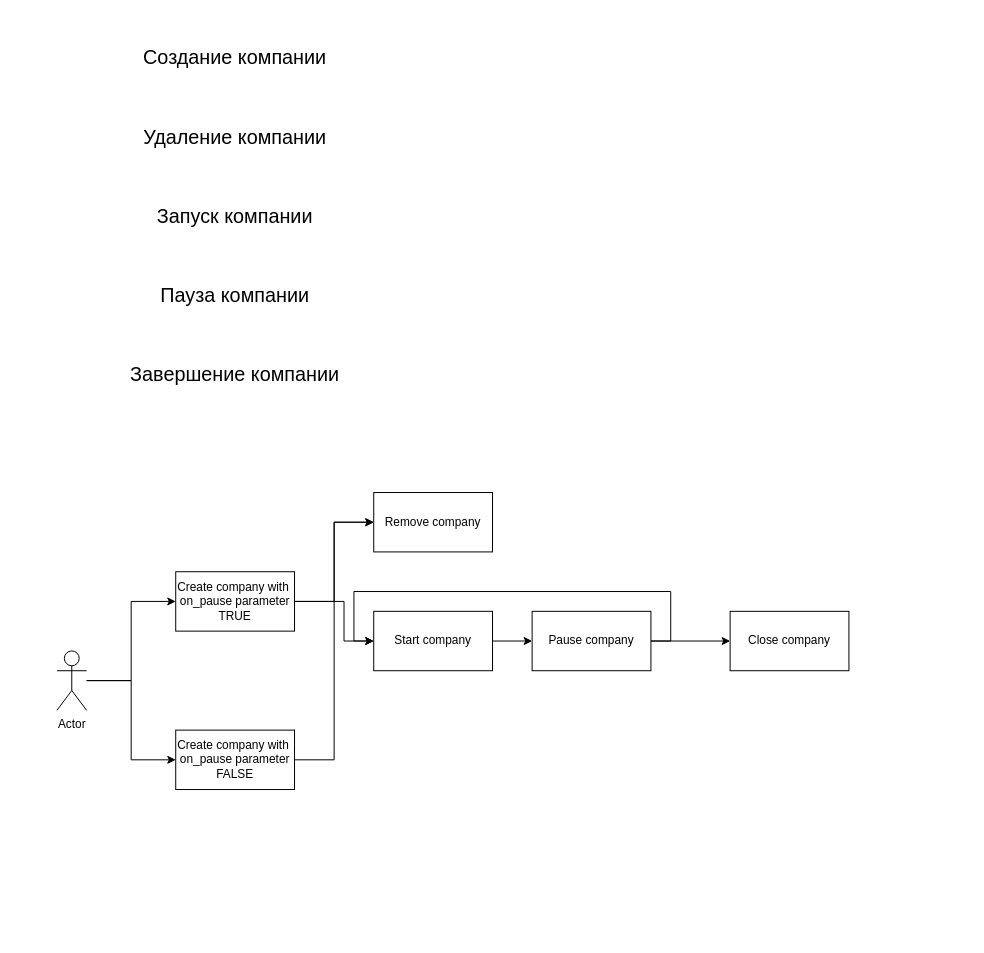
Earlier version of the draw.io diagram AutoBidder.drawio (KmvRoman/Diagrams). Source tidied: cells renumbered, new cells numbered last; positions are measured from the earlier drawing's top-left corner, leaving out a move shared by most shapes. Both pictures are drawn from the tidied source at 99%, with x=0, y=0 at pixel (17, 17).
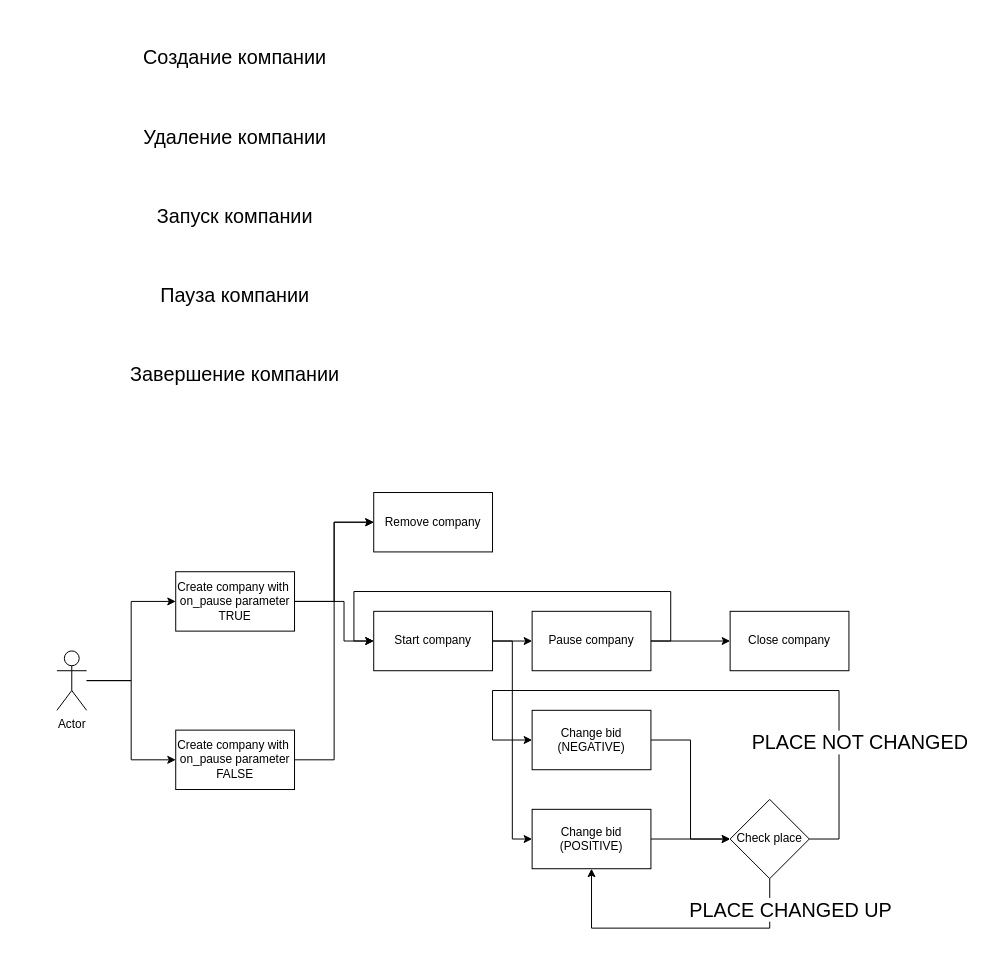
After the change.

Unchanged cells that the change refers to:
```xml
<mxCell id="17" value="Start company" style="rounded=0;whiteSpace=wrap;html=1;" parent="1" vertex="1">
  <mxGeometry x="360" y="600" width="120" height="60" as="geometry" />
</mxCell>
```

The edit, as a diff of the source:
```diff
@@
+    <mxCell id="22" style="edgeStyle=orthogonalEdgeStyle;rounded=0;jettySize=auto;html=1;entryX=0;entryY=0.5;entryDx=0;entryDy=0;" parent="1" edge="1" source="17" target="24">
+      <mxGeometry relative="1" as="geometry" />
+    </mxCell>
@@
+    <mxCell id="23" style="edgeStyle=orthogonalEdgeStyle;rounded=0;jettySize=auto;html=1;entryX=0;entryY=0.5;entryDx=0;entryDy=0;" parent="1" edge="1" source="24" target="29">
+      <mxGeometry relative="1" as="geometry" />
+    </mxCell>
+    <mxCell id="24" value="Change bid (POSITIVE)" style="rounded=0;whiteSpace=wrap;html=1;" parent="1" vertex="1">
+      <mxGeometry x="520" y="800" width="120" height="60" as="geometry" />
+    </mxCell>
+    <mxCell id="25" style="edgeStyle=orthogonalEdgeStyle;rounded=0;jettySize=auto;html=1;exitX=0.5;exitY=1;exitDx=0;exitDy=0;entryX=0.5;entryY=1;entryDx=0;entryDy=0;" parent="1" edge="1" source="29" target="24">
+      <mxGeometry relative="1" as="geometry">
+        <Array as="points">
+          <mxPoint x="760" y="920" />
+          <mxPoint x="580" y="920" />
+        </Array>
+      </mxGeometry>
+    </mxCell>
+    <mxCell id="26" value="&lt;font style=&quot;font-size: 20px;&quot;&gt;PLACE CHANGED UP&lt;/font&gt;" style="edgeLabel;html=1;align=center;verticalAlign=middle;" parent="25" vertex="1">
+      <mxGeometry x="-0.17" y="3" relative="1" as="geometry">
+        <mxPoint x="90" y="-23" as="offset" />
+      </mxGeometry>
+    </mxCell>
+    <mxCell id="27" style="edgeStyle=orthogonalEdgeStyle;rounded=0;jettySize=auto;html=1;entryX=0;entryY=0.5;entryDx=0;entryDy=0;" parent="1" edge="1" source="29" target="31">
+      <mxGeometry relative="1" as="geometry">
+        <Array as="points">
+          <mxPoint x="830" y="830" />
+          <mxPoint x="830" y="680" />
+          <mxPoint x="480" y="680" />
+          <mxPoint x="480" y="730" />
+        </Array>
+      </mxGeometry>
+    </mxCell>
+    <mxCell id="28" value="&lt;font style=&quot;font-size: 20px;&quot;&gt;PLACE NOT CHANGED&lt;/font&gt;" style="edgeLabel;html=1;align=center;verticalAlign=middle;" parent="27" vertex="1">
+      <mxGeometry x="-0.59" y="2" relative="1" as="geometry">
+        <mxPoint x="22" y="-2" as="offset" />
+      </mxGeometry>
+    </mxCell>
+    <mxCell id="29" value="Check place" style="rhombus;whiteSpace=wrap;html=1;" parent="1" vertex="1">
+      <mxGeometry x="720" y="790" width="80" height="80" as="geometry" />
+    </mxCell>
+    <mxCell id="30" style="edgeStyle=orthogonalEdgeStyle;rounded=0;jettySize=auto;html=1;entryX=0;entryY=0.5;entryDx=0;entryDy=0;" parent="1" edge="1" source="31" target="29">
+      <mxGeometry relative="1" as="geometry" />
+    </mxCell>
+    <mxCell id="31" value="Change bid (NEGATIVE)" style="rounded=0;whiteSpace=wrap;html=1;" parent="1" vertex="1">
+      <mxGeometry x="520" y="700" width="120" height="60" as="geometry" />
+    </mxCell>
```
